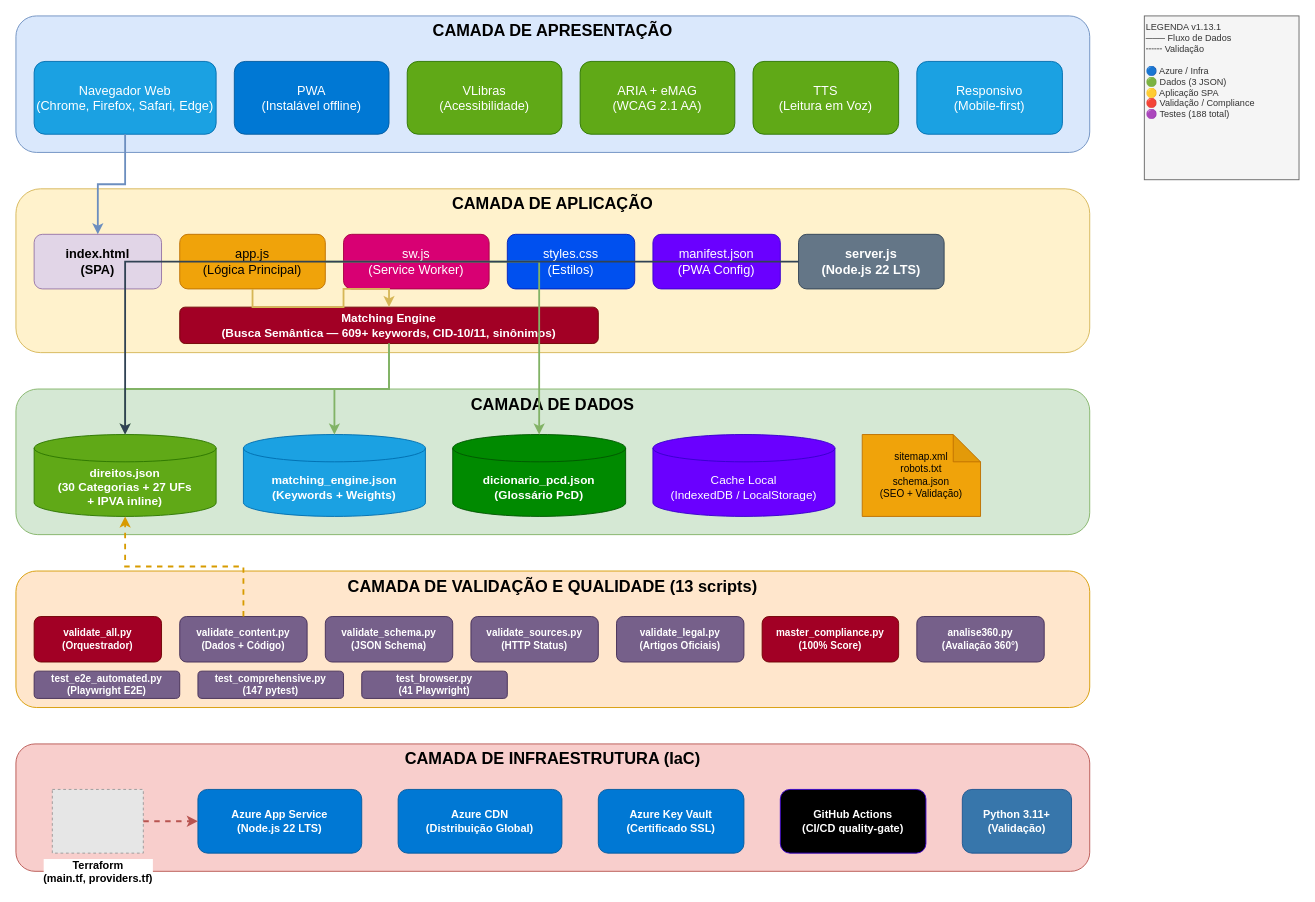
Earlier version of the draw.io diagram docs/ARCHITECTURE.drawio.xml (fabiotreze/nossodireito). Source tidied: cells renumbered, new cells numbered last; positions are measured from the earlier drawing's top-left corner, leaving out a move shared by most shapes. Both pictures are drawn from the tidied source at 91%, with x=0, y=0 at pixel (15, 15). Pictures stored in the file or linked from it are replaced by grey dashed boxes.
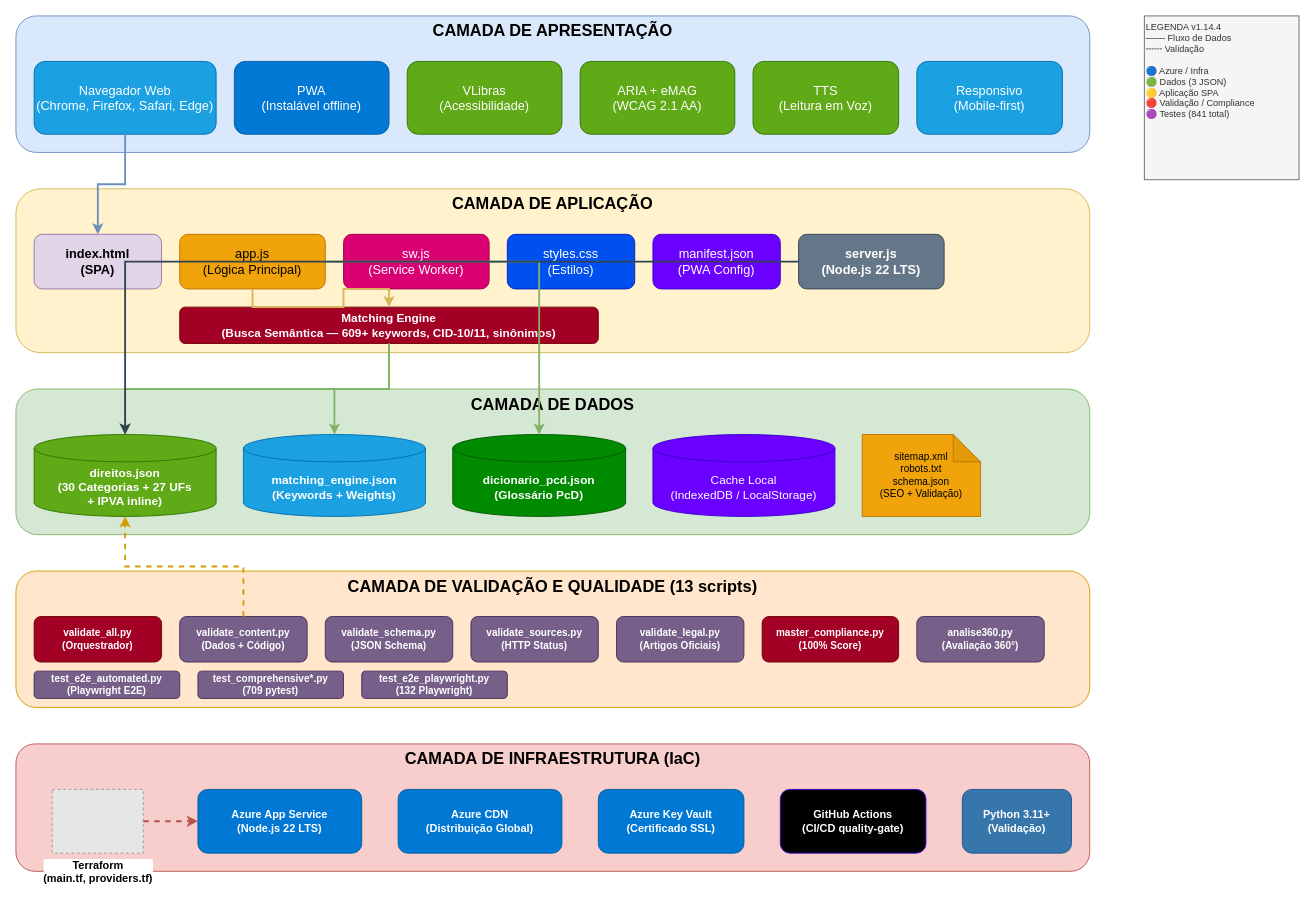
After the change.

The edit, as a diff of the source:
```diff
@@
-    <mxCell id="32" value="test_comprehensive.py&#10;(147 pytest)" style="rounded=1;whiteSpace=wrap;html=1;fillColor=#76608a;fontColor=#ffffff;strokeColor=#432D57;fontSize=11;fontStyle=1;" parent="1" vertex="1">
+    <mxCell id="32" value="test_comprehensive*.py&#10;(709 pytest)" style="rounded=1;whiteSpace=wrap;html=1;fillColor=#76608a;fontColor=#ffffff;strokeColor=#432D57;fontSize=11;fontStyle=1;" parent="1" vertex="1">
       <mxGeometry x="200" y="720" width="160" height="30" as="geometry" />
     </mxCell>
-    <mxCell id="33" value="test_browser.py&#10;(41 Playwright)" style="rounded=1;whiteSpace=wrap;html=1;fillColor=#76608a;fontColor=#ffffff;strokeColor=#432D57;fontSize=11;fontStyle=1;" parent="1" vertex="1">
+    <mxCell id="33" value="test_e2e_playwright.py&#10;(132 Playwright)" style="rounded=1;whiteSpace=wrap;html=1;fillColor=#76608a;fontColor=#ffffff;strokeColor=#432D57;fontSize=11;fontStyle=1;" parent="1" vertex="1">
       <mxGeometry x="380" y="720" width="160" height="30" as="geometry" />
     </mxCell>
@@
-    <mxCell id="49" value="LEGENDA v1.13.1&#10;─── Fluxo de Dados&#10;╌╌╌ Validação&#10;&#10;🔵 Azure / Infra&#10;🟢 Dados (3 JSON)&#10;🟡 Aplicação SPA&#10;🔴 Validação / Compliance&#10;🟣 Testes (188 total)" style="rounded=0;whiteSpace=wrap;html=1;fillColor=#f5f5f5;fontColor=#333333;strokeColor=#666666;align=left;fontSize=10;verticalAlign=top;" parent="1" vertex="1">
+    <mxCell id="49" value="LEGENDA v1.14.4&#10;─── Fluxo de Dados&#10;╌╌╌ Validação&#10;&#10;🔵 Azure / Infra&#10;🟢 Dados (3 JSON)&#10;🟡 Aplicação SPA&#10;🔴 Validação / Compliance&#10;🟣 Testes (841 total)" style="rounded=0;whiteSpace=wrap;html=1;fillColor=#f5f5f5;fontColor=#333333;strokeColor=#666666;align=left;fontSize=10;verticalAlign=top;" parent="1" vertex="1">
       <mxGeometry x="1240" width="170" height="180" as="geometry" />
     </mxCell>
```
